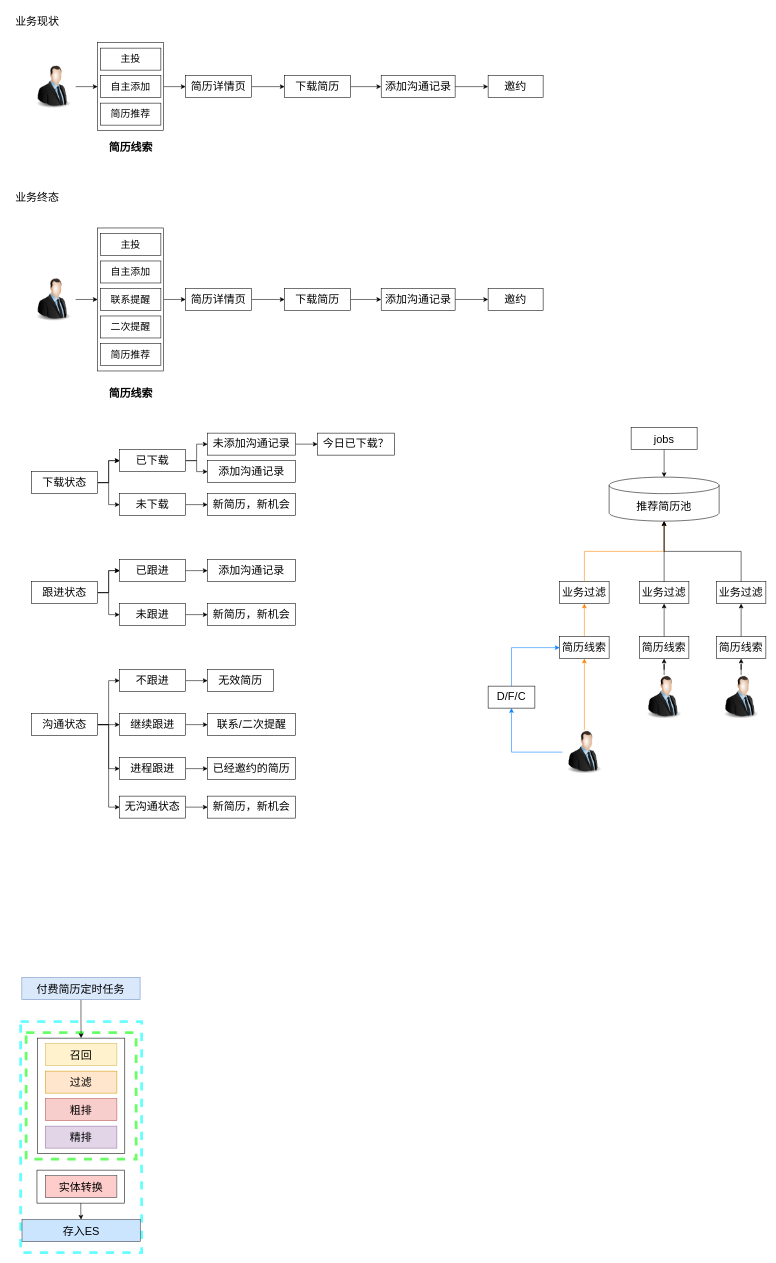
This is 简历推荐优化.drawio from LuOyEbY/draw-b, a draw.io file, before an edit. Source tidied: cells renumbered, new cells numbered last; positions are measured from the earlier drawing's top-left corner, leaving out a move shared by most shapes. Both pictures are drawn from the tidied source at 55%, with x=0, y=0 at pixel (9, 9).
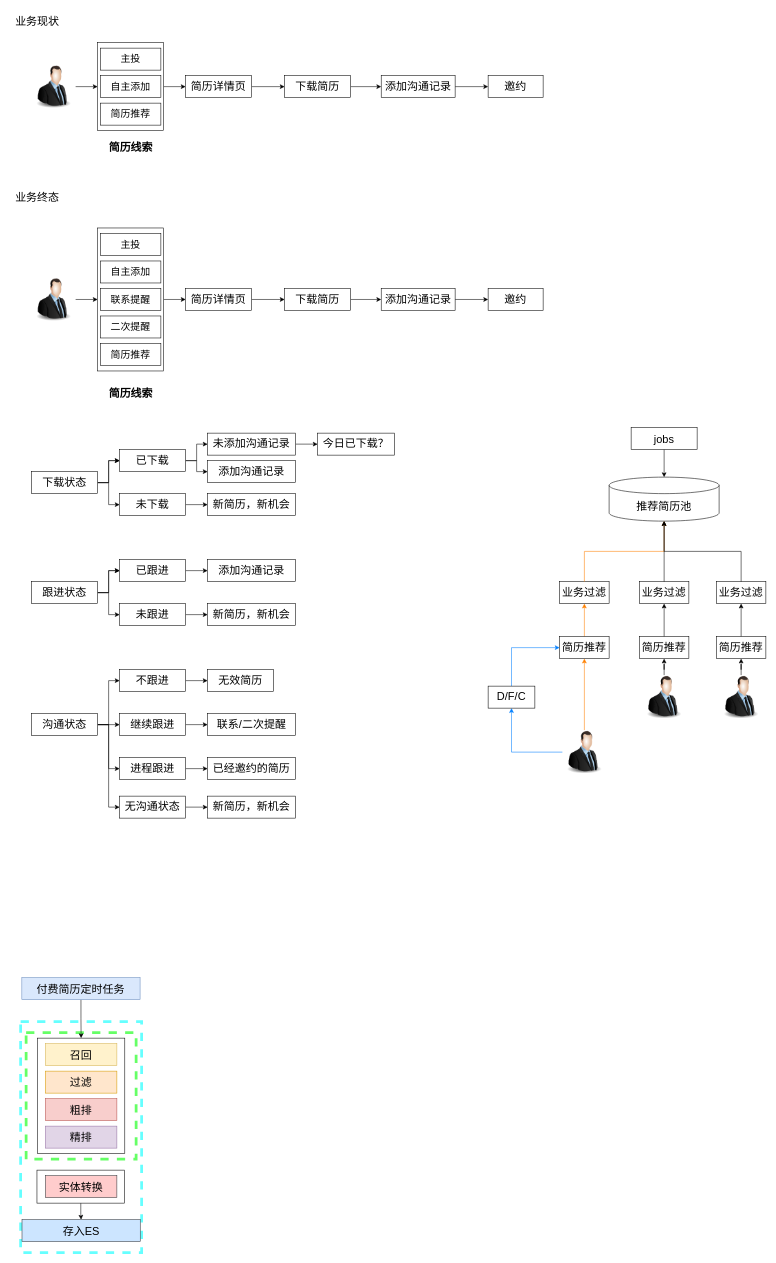
The same diagram, later.

Commit message (it also covers changes not shown here):
更新简历推荐优化.drawio

What changed in the source:
```diff
@@
-    <mxCell id="97" value="简历线索" style="whiteSpace=wrap;html=1;verticalAlign=top;labelBackgroundColor=default;fontSize=20;" parent="1" vertex="1">
+    <mxCell id="97" value="简历推荐" style="whiteSpace=wrap;html=1;verticalAlign=top;labelBackgroundColor=default;fontSize=20;" parent="1" vertex="1">
       <mxGeometry x="1000" y="1140" width="90" height="40" as="geometry" />
     </mxCell>
@@
-    <mxCell id="103" value="简历线索" style="whiteSpace=wrap;html=1;verticalAlign=top;labelBackgroundColor=default;fontSize=20;" parent="1" vertex="1">
+    <mxCell id="103" value="简历推荐" style="whiteSpace=wrap;html=1;verticalAlign=top;labelBackgroundColor=default;fontSize=20;" parent="1" vertex="1">
       <mxGeometry x="1145" y="1140" width="90" height="40" as="geometry" />
     </mxCell>
@@
-    <mxCell id="109" value="简历线索" style="whiteSpace=wrap;html=1;verticalAlign=top;labelBackgroundColor=default;fontSize=20;" parent="1" vertex="1">
+    <mxCell id="109" value="简历推荐" style="whiteSpace=wrap;html=1;verticalAlign=top;labelBackgroundColor=default;fontSize=20;" parent="1" vertex="1">
       <mxGeometry x="1285" y="1140" width="90" height="40" as="geometry" />
     </mxCell>
```
